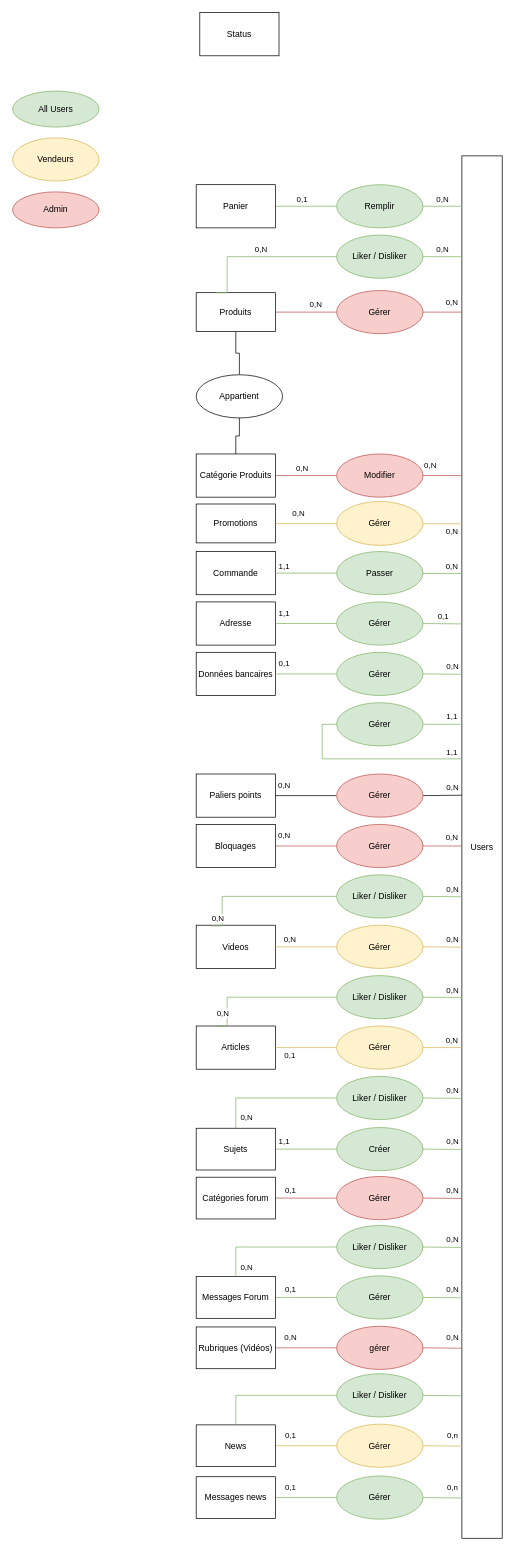
Above: page "MCD" (1 of 4) of BDD.drawio in Benji290402/TpPHP-SQL (draw.io), before the change. Source tidied: cells renumbered, new cells numbered last; positions are measured from the earlier drawing's top-left corner, leaving out a move shared by most shapes. Both pictures are drawn from the tidied source at 72%, with x=0, y=0 at pixel (12, 12).
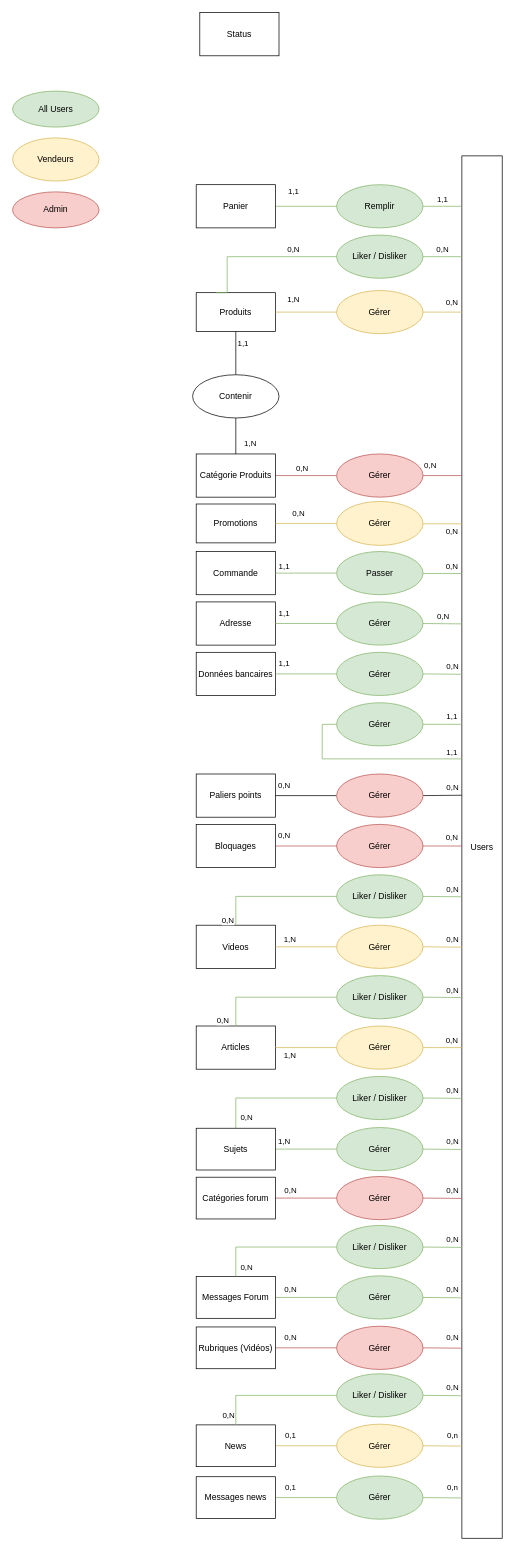
The same diagram, later.

Unchanged cells that the change refers to:
```xml
<mxCell id="2" value="Users" style="rounded=0;whiteSpace=wrap;html=1;glass=0;shadow=0;sketch=0;" parent="1" vertex="1">
  <mxGeometry x="624" y="199" width="56" height="1920" as="geometry" />
</mxCell>
<mxCell id="3" value="Produits" style="rounded=0;whiteSpace=wrap;html=1;" parent="1" vertex="1">
  <mxGeometry x="255" y="389" width="110" height="54" as="geometry" />
</mxCell>
<mxCell id="5" value="Panier" style="rounded=0;whiteSpace=wrap;html=1;" parent="1" vertex="1">
  <mxGeometry x="255" y="239" width="110" height="60" as="geometry" />
</mxCell>
<mxCell id="7" value="Remplir" style="ellipse;whiteSpace=wrap;html=1;fillColor=#d5e8d4;strokeColor=#82b366;" parent="1" vertex="1">
  <mxGeometry x="450" y="239" width="120" height="60" as="geometry" />
</mxCell>
<mxCell id="9" value="Catégorie Produits" style="rounded=0;whiteSpace=wrap;html=1;" parent="1" vertex="1">
  <mxGeometry x="255" y="613" width="110" height="60" as="geometry" />
</mxCell>
<mxCell id="33" value="Gérer" style="ellipse;whiteSpace=wrap;html=1;fillColor=#d5e8d4;strokeColor=#82b366;" parent="1" vertex="1">
  <mxGeometry x="450" y="818.5" width="120" height="60" as="geometry" />
</mxCell>
<mxCell id="34" value="Données bancaires" style="rounded=0;whiteSpace=wrap;html=1;" parent="1" vertex="1">
  <mxGeometry x="255" y="888.5" width="110" height="60" as="geometry" />
</mxCell>
<mxCell id="37" value="Gérer" style="ellipse;whiteSpace=wrap;html=1;fillColor=#d5e8d4;strokeColor=#82b366;" parent="1" vertex="1">
  <mxGeometry x="450" y="888.5" width="120" height="60" as="geometry" />
</mxCell>
<mxCell id="53" value="Videos" style="rounded=0;whiteSpace=wrap;html=1;" parent="1" vertex="1">
  <mxGeometry x="255" y="1267.5" width="110" height="60" as="geometry" />
</mxCell>
<mxCell id="56" value="Gérer" style="ellipse;whiteSpace=wrap;html=1;fillColor=#fff2cc;strokeColor=#d6b656;" parent="1" vertex="1">
  <mxGeometry x="450" y="1267.5" width="120" height="60" as="geometry" />
</mxCell>
<mxCell id="57" value="Articles" style="rounded=0;whiteSpace=wrap;html=1;" parent="1" vertex="1">
  <mxGeometry x="255" y="1407.5" width="110" height="60" as="geometry" />
</mxCell>
<mxCell id="60" value="Gérer" style="ellipse;whiteSpace=wrap;html=1;fillColor=#fff2cc;strokeColor=#d6b656;" parent="1" vertex="1">
  <mxGeometry x="450" y="1407.5" width="120" height="60" as="geometry" />
</mxCell>
<mxCell id="65" value="Sujets" style="rounded=0;whiteSpace=wrap;html=1;" parent="1" vertex="1">
  <mxGeometry x="255" y="1549.5" width="110" height="58" as="geometry" />
</mxCell>
<mxCell id="69" value="Catégories forum" style="rounded=0;whiteSpace=wrap;html=1;" parent="1" vertex="1">
  <mxGeometry x="255" y="1617.5" width="110" height="58" as="geometry" />
</mxCell>
<mxCell id="71" value="Gérer" style="ellipse;whiteSpace=wrap;html=1;fillColor=#f8cecc;strokeColor=#b85450;" parent="1" vertex="1">
  <mxGeometry x="450" y="1616.5" width="120" height="60" as="geometry" />
</mxCell>
<mxCell id="73" value="Messages Forum" style="rounded=0;whiteSpace=wrap;html=1;" parent="1" vertex="1">
  <mxGeometry x="255" y="1755.5" width="110" height="58" as="geometry" />
</mxCell>
<mxCell id="78" value="Gérer" style="ellipse;whiteSpace=wrap;html=1;fillColor=#d5e8d4;strokeColor=#82b366;" parent="1" vertex="1">
  <mxGeometry x="450" y="1754.5" width="120" height="60" as="geometry" />
</mxCell>
<mxCell id="84" value="News" style="rounded=0;whiteSpace=wrap;html=1;" parent="1" vertex="1">
  <mxGeometry x="255" y="1961.5" width="110" height="58" as="geometry" />
</mxCell>
<mxCell id="93" value="Liker / Disliker" style="ellipse;whiteSpace=wrap;html=1;fillColor=#d5e8d4;strokeColor=#82b366;" parent="1" vertex="1">
  <mxGeometry x="450" y="309" width="120" height="60" as="geometry" />
</mxCell>
<mxCell id="96" value="Liker / Disliker" style="ellipse;whiteSpace=wrap;html=1;fillColor=#d5e8d4;strokeColor=#82b366;" parent="1" vertex="1">
  <mxGeometry x="450" y="1197.5" width="120" height="60" as="geometry" />
</mxCell>
<mxCell id="99" value="Liker / Disliker" style="ellipse;whiteSpace=wrap;html=1;fillColor=#d5e8d4;strokeColor=#82b366;" parent="1" vertex="1">
  <mxGeometry x="450" y="1337.5" width="120" height="60" as="geometry" />
</mxCell>
<mxCell id="102" value="Liker / Disliker" style="ellipse;whiteSpace=wrap;html=1;fillColor=#d5e8d4;strokeColor=#82b366;" parent="1" vertex="1">
  <mxGeometry x="450" y="1890.5" width="120" height="60" as="geometry" />
</mxCell>
```

Diff of the diagram source:
```diff
@@
-    <mxCell id="4" value="0,1" style="edgeStyle=orthogonalEdgeStyle;rounded=0;jettySize=auto;html=1;exitX=1;exitY=0.5;exitDx=0;exitDy=0;entryX=0;entryY=0.5;entryDx=0;entryDy=0;endArrow=none;endFill=0;fillColor=#d5e8d4;strokeColor=#82b366;" parent="1" edge="1" source="5" target="7">
-      <mxGeometry x="-0.14" y="10" relative="1" as="geometry" />
+    <mxCell id="4" value="1,1" style="edgeStyle=orthogonalEdgeStyle;rounded=0;jettySize=auto;html=1;exitX=1;exitY=0.5;exitDx=0;exitDy=0;entryX=0;entryY=0.5;entryDx=0;entryDy=0;endArrow=none;endFill=0;fillColor=#d5e8d4;strokeColor=#82b366;" parent="1" edge="1" source="5" target="7">
+      <mxGeometry x="-0.41" y="20" relative="1" as="geometry" />
     </mxCell>
@@
-    <mxCell id="6" value="0,N" style="edgeStyle=elbowEdgeStyle;rounded=0;jettySize=auto;elbow=vertical;html=1;exitX=1;exitY=0.5;exitDx=0;exitDy=0;endArrow=none;endFill=0;fillColor=#d5e8d4;strokeColor=#82b366;" parent="1" edge="1" source="7" target="2">
+    <mxCell id="6" value="1,1" style="edgeStyle=elbowEdgeStyle;rounded=0;jettySize=auto;elbow=vertical;html=1;exitX=1;exitY=0.5;exitDx=0;exitDy=0;endArrow=none;endFill=0;fillColor=#d5e8d4;strokeColor=#82b366;" parent="1" edge="1" source="7" target="2">
       <mxGeometry y="10" relative="1" as="geometry" />
     </mxCell>
@@
-    <mxCell id="10" style="edgeStyle=orthogonalEdgeStyle;rounded=0;jettySize=auto;html=1;endArrow=none;endFill=0;" parent="1" edge="1" source="12" target="3">
-      <mxGeometry relative="1" as="geometry" />
+    <mxCell id="10" value="1,1" style="edgeStyle=orthogonalEdgeStyle;rounded=0;jettySize=auto;html=1;endArrow=none;endFill=0;" parent="1" edge="1" source="12" target="3">
+      <mxGeometry x="0.47" y="-10" relative="1" as="geometry" />
     </mxCell>
-    <mxCell id="11" style="edgeStyle=orthogonalEdgeStyle;rounded=0;jettySize=auto;html=1;exitX=0.5;exitY=1;exitDx=0;exitDy=0;entryX=0.5;entryY=0;entryDx=0;entryDy=0;endArrow=none;endFill=0;" parent="1" edge="1" source="12" target="9">
-      <mxGeometry relative="1" as="geometry" />
+    <mxCell id="11" value="1,N" style="edgeStyle=orthogonalEdgeStyle;rounded=0;jettySize=auto;html=1;exitX=0.5;exitY=1;exitDx=0;exitDy=0;entryX=0.5;entryY=0;entryDx=0;entryDy=0;endArrow=none;endFill=0;" parent="1" edge="1" source="12" target="9">
+      <mxGeometry x="0.44" y="20" relative="1" as="geometry" />
     </mxCell>
-    <mxCell id="12" value="Appartient" style="ellipse;whiteSpace=wrap;html=1;" parent="1" vertex="1">
-      <mxGeometry x="255" y="503" width="120" height="60" as="geometry" />
+    <mxCell id="12" value="Contenir" style="ellipse;whiteSpace=wrap;html=1;" parent="1" vertex="1">
+      <mxGeometry x="250" y="503" width="120" height="60" as="geometry" />
     </mxCell>
-    <mxCell id="13" value="0,N" style="edgeStyle=orthogonalEdgeStyle;rounded=0;jettySize=auto;html=1;exitX=0;exitY=0.5;exitDx=0;exitDy=0;endArrow=none;endFill=0;fillColor=#f8cecc;strokeColor=#b85450;" parent="1" edge="1" source="16" target="3">
-      <mxGeometry x="-0.31" y="-10" relative="1" as="geometry" />
+    <mxCell id="13" value="1,N" style="edgeStyle=orthogonalEdgeStyle;rounded=0;jettySize=auto;html=1;exitX=0;exitY=0.5;exitDx=0;exitDy=0;endArrow=none;endFill=0;fillColor=#fff2cc;strokeColor=#d6b656;" parent="1" edge="1" source="16" target="3">
+      <mxGeometry x="0.41" y="-17" relative="1" as="geometry" />
     </mxCell>
@@
-    <mxCell id="15" value="0,N" style="edgeStyle=elbowEdgeStyle;rounded=0;jettySize=auto;html=1;elbow=vertical;endArrow=none;endFill=0;fillColor=#f8cecc;strokeColor=#b85450;" parent="1" edge="1" source="16">
+    <mxCell id="15" value="0,N" style="edgeStyle=elbowEdgeStyle;rounded=0;jettySize=auto;html=1;elbow=vertical;endArrow=none;endFill=0;fillColor=#fff2cc;strokeColor=#d6b656;" parent="1" edge="1" source="16">
       <mxGeometry x="0.48" y="14" relative="1" as="geometry">
         <mxPoint x="624" y="415.5" as="targetPoint" />
       </mxGeometry>
     </mxCell>
-    <mxCell id="16" value="Gérer" style="ellipse;whiteSpace=wrap;html=1;fillColor=#f8cecc;strokeColor=#b85450;" parent="1" vertex="1">
+    <mxCell id="16" value="Gérer" style="ellipse;whiteSpace=wrap;html=1;fillColor=#fff2cc;strokeColor=#d6b656;" parent="1" vertex="1">
       <mxGeometry x="450" y="386" width="120" height="60" as="geometry" />
     </mxCell>
@@
-    <mxCell id="24" value="Modifier" style="ellipse;whiteSpace=wrap;html=1;fillColor=#f8cecc;strokeColor=#b85450;" parent="1" vertex="1">
+    <mxCell id="24" value="Gérer" style="ellipse;whiteSpace=wrap;html=1;fillColor=#f8cecc;strokeColor=#b85450;" parent="1" vertex="1">
       <mxGeometry x="450" y="613" width="120" height="60" as="geometry" />
     </mxCell>
@@
-    <mxCell id="32" value="0,1" style="edgeStyle=elbowEdgeStyle;rounded=0;jettySize=auto;html=1;exitX=1;exitY=0.5;exitDx=0;exitDy=0;endArrow=none;endFill=0;elbow=vertical;fillColor=#d5e8d4;strokeColor=#82b366;" parent="1" edge="1" source="33">
+    <mxCell id="32" value="0,N" style="edgeStyle=elbowEdgeStyle;rounded=0;jettySize=auto;html=1;exitX=1;exitY=0.5;exitDx=0;exitDy=0;endArrow=none;endFill=0;elbow=vertical;fillColor=#d5e8d4;strokeColor=#82b366;" parent="1" edge="1" source="33">
       <mxGeometry y="10" relative="1" as="geometry">
         <mxPoint x="624" y="848.5" as="targetPoint" />
       </mxGeometry>
     </mxCell>
@@
-    <mxCell id="35" value="0,1" style="edgeStyle=orthogonalEdgeStyle;rounded=0;jettySize=auto;html=1;exitX=0;exitY=0.5;exitDx=0;exitDy=0;endArrow=none;endFill=0;fillColor=#d5e8d4;strokeColor=#82b366;" parent="1" edge="1" source="37" target="34">
+    <mxCell id="35" value="1,1" style="edgeStyle=orthogonalEdgeStyle;rounded=0;jettySize=auto;html=1;exitX=0;exitY=0.5;exitDx=0;exitDy=0;endArrow=none;endFill=0;fillColor=#d5e8d4;strokeColor=#82b366;" parent="1" edge="1" source="37" target="34">
       <mxGeometry x="0.72" y="-15" relative="1" as="geometry" />
     </mxCell>
@@
-    <mxCell id="54" value="0,N" style="edgeStyle=orthogonalEdgeStyle;rounded=0;jettySize=auto;html=1;exitX=0;exitY=0.5;exitDx=0;exitDy=0;endArrow=none;endFill=0;fillColor=#fff2cc;strokeColor=#d6b656;" parent="1" edge="1" source="56" target="53">
+    <mxCell id="54" value="1,N" style="edgeStyle=orthogonalEdgeStyle;rounded=0;jettySize=auto;html=1;exitX=0;exitY=0.5;exitDx=0;exitDy=0;endArrow=none;endFill=0;fillColor=#fff2cc;strokeColor=#d6b656;" parent="1" edge="1" source="56" target="53">
       <mxGeometry x="0.52" y="-10" relative="1" as="geometry" />
     </mxCell>
@@
-    <mxCell id="58" value="0,1" style="edgeStyle=orthogonalEdgeStyle;rounded=0;jettySize=auto;html=1;exitX=0;exitY=0.5;exitDx=0;exitDy=0;endArrow=none;endFill=0;fillColor=#fff2cc;strokeColor=#d6b656;" parent="1" edge="1" source="60" target="57">
+    <mxCell id="58" value="1,N" style="edgeStyle=orthogonalEdgeStyle;rounded=0;jettySize=auto;html=1;exitX=0;exitY=0.5;exitDx=0;exitDy=0;endArrow=none;endFill=0;fillColor=#fff2cc;strokeColor=#d6b656;" parent="1" edge="1" source="60" target="57">
       <mxGeometry x="0.52" y="10" relative="1" as="geometry" />
     </mxCell>
@@
-    <mxCell id="64" value="1,1" style="edgeStyle=orthogonalEdgeStyle;rounded=0;jettySize=auto;html=1;exitX=1;exitY=0.5;exitDx=0;exitDy=0;endArrow=none;endFill=0;fillColor=#d5e8d4;strokeColor=#82b366;" parent="1" edge="1" source="65" target="67">
+    <mxCell id="64" value="1,N" style="edgeStyle=orthogonalEdgeStyle;rounded=0;jettySize=auto;html=1;exitX=1;exitY=0.5;exitDx=0;exitDy=0;endArrow=none;endFill=0;fillColor=#d5e8d4;strokeColor=#82b366;" parent="1" edge="1" source="65" target="67">
       <mxGeometry x="-0.71" y="11" relative="1" as="geometry" />
     </mxCell>
@@
-    <mxCell id="67" value="Créer" style="ellipse;whiteSpace=wrap;html=1;fillColor=#d5e8d4;strokeColor=#82b366;" parent="1" vertex="1">
+    <mxCell id="67" value="Gérer" style="ellipse;whiteSpace=wrap;html=1;fillColor=#d5e8d4;strokeColor=#82b366;" parent="1" vertex="1">
       <mxGeometry x="450" y="1548.5" width="120" height="60" as="geometry" />
     </mxCell>
-    <mxCell id="68" value="0,1" style="edgeStyle=orthogonalEdgeStyle;rounded=0;jettySize=auto;html=1;exitX=1;exitY=0.5;exitDx=0;exitDy=0;entryX=0;entryY=0.5;entryDx=0;entryDy=0;endArrow=none;endFill=0;fillColor=#f8cecc;strokeColor=#b85450;" parent="1" edge="1" source="69" target="71">
+    <mxCell id="68" value="0,N" style="edgeStyle=orthogonalEdgeStyle;rounded=0;jettySize=auto;html=1;exitX=1;exitY=0.5;exitDx=0;exitDy=0;entryX=0;entryY=0.5;entryDx=0;entryDy=0;endArrow=none;endFill=0;fillColor=#f8cecc;strokeColor=#b85450;" parent="1" edge="1" source="69" target="71">
       <mxGeometry x="-0.5" y="11" relative="1" as="geometry" />
     </mxCell>
@@
-    <mxCell id="72" value="0,1" style="edgeStyle=orthogonalEdgeStyle;rounded=0;jettySize=auto;html=1;exitX=1;exitY=0.5;exitDx=0;exitDy=0;entryX=0;entryY=0.5;entryDx=0;entryDy=0;endArrow=none;endFill=0;fillColor=#d5e8d4;strokeColor=#82b366;" parent="1" edge="1" source="73" target="78">
+    <mxCell id="72" value="0,N" style="edgeStyle=orthogonalEdgeStyle;rounded=0;jettySize=auto;html=1;exitX=1;exitY=0.5;exitDx=0;exitDy=0;entryX=0;entryY=0.5;entryDx=0;entryDy=0;endArrow=none;endFill=0;fillColor=#d5e8d4;strokeColor=#82b366;" parent="1" edge="1" source="73" target="78">
       <mxGeometry x="-0.5" y="11" relative="1" as="geometry" />
     </mxCell>
@@
-    <mxCell id="82" value="gérer" style="ellipse;whiteSpace=wrap;html=1;fillColor=#f8cecc;strokeColor=#b85450;" parent="1" vertex="1">
+    <mxCell id="82" value="Gérer" style="ellipse;whiteSpace=wrap;html=1;fillColor=#f8cecc;strokeColor=#b85450;" parent="1" vertex="1">
       <mxGeometry x="450" y="1824.5" width="120" height="60" as="geometry" />
     </mxCell>
@@
     <mxCell id="92" value="0,N" style="edgeStyle=elbowEdgeStyle;rounded=0;jettySize=auto;html=1;exitX=0;exitY=0.5;exitDx=0;exitDy=0;entryX=0.25;entryY=0;entryDx=0;entryDy=0;endArrow=none;endFill=0;fillColor=#d5e8d4;strokeColor=#82b366;" parent="1" edge="1" source="93" target="3">
-      <mxGeometry x="-0.03" y="-10" relative="1" as="geometry">
+      <mxGeometry x="-0.45" y="-10" relative="1" as="geometry">
         <Array as="points">
           <mxPoint x="298" y="349" />
         </Array>
       </mxGeometry>
     </mxCell>
@@
-    <mxCell id="94" value="0,N" style="edgeStyle=elbowEdgeStyle;rounded=0;jettySize=auto;html=1;exitX=0;exitY=0.5;exitDx=0;exitDy=0;entryX=0.191;entryY=0.017;entryDx=0;entryDy=0;entryPerimeter=0;endArrow=none;endFill=0;fillColor=#d5e8d4;strokeColor=#82b366;" parent="1" edge="1" source="96" target="53">
+    <mxCell id="94" value="0,N" style="edgeStyle=elbowEdgeStyle;rounded=0;jettySize=auto;html=1;exitX=0;exitY=0.5;exitDx=0;exitDy=0;endArrow=none;endFill=0;fillColor=#d5e8d4;strokeColor=#82b366;" parent="1" edge="1" source="96" target="53">
       <mxGeometry x="0.92" y="-11" relative="1" as="geometry">
         <Array as="points">
+          <mxPoint x="310" y="1249" />
           <mxPoint x="291" y="1287.5" />
         </Array>
       </mxGeometry>
     </mxCell>
@@
-    <mxCell id="98" value="0,N" style="edgeStyle=elbowEdgeStyle;rounded=0;jettySize=auto;html=1;exitX=0;exitY=0.5;exitDx=0;exitDy=0;endArrow=none;endFill=0;entryX=0.25;entryY=0;entryDx=0;entryDy=0;fillColor=#d5e8d4;strokeColor=#82b366;" parent="1" edge="1" source="99" target="57">
+    <mxCell id="98" value="0,N" style="edgeStyle=elbowEdgeStyle;rounded=0;jettySize=auto;html=1;exitX=0;exitY=0.5;exitDx=0;exitDy=0;endArrow=none;endFill=0;fillColor=#d5e8d4;strokeColor=#82b366;" parent="1" edge="1" source="99" target="57">
       <mxGeometry x="0.91" y="-18" relative="1" as="geometry">
         <Array as="points">
-          <mxPoint x="298" y="1427.5" />
+          <mxPoint x="310" y="1389" />
         </Array>
       </mxGeometry>
     </mxCell>
@@
-    <mxCell id="100" style="edgeStyle=elbowEdgeStyle;rounded=0;jettySize=auto;html=1;exitX=0;exitY=0.5;exitDx=0;exitDy=0;endArrow=none;endFill=0;fillColor=#d5e8d4;strokeColor=#82b366;" parent="1" edge="1" source="102" target="84">
-      <mxGeometry relative="1" as="geometry">
+    <mxCell id="100" value="0,N" style="edgeStyle=elbowEdgeStyle;rounded=0;jettySize=auto;html=1;exitX=0;exitY=0.5;exitDx=0;exitDy=0;endArrow=none;endFill=0;fillColor=#d5e8d4;strokeColor=#82b366;" parent="1" edge="1" source="102" target="84">
+      <mxGeometry x="0.86" y="-10" relative="1" as="geometry">
         <Array as="points">
           <mxPoint x="310" y="1940.5" />
         </Array>
       </mxGeometry>
     </mxCell>
-    <mxCell id="101" style="edgeStyle=elbowEdgeStyle;rounded=0;jettySize=auto;elbow=vertical;html=1;exitX=1;exitY=0.5;exitDx=0;exitDy=0;endArrow=none;endFill=0;fillColor=#d5e8d4;strokeColor=#82b366;" parent="1" edge="1" source="102">
-      <mxGeometry relative="1" as="geometry">
+    <mxCell id="101" value="0,N" style="edgeStyle=elbowEdgeStyle;rounded=0;jettySize=auto;elbow=vertical;html=1;exitX=1;exitY=0.5;exitDx=0;exitDy=0;endArrow=none;endFill=0;fillColor=#d5e8d4;strokeColor=#82b366;" parent="1" edge="1" source="102">
+      <mxGeometry x="0.47" y="12" relative="1" as="geometry">
         <mxPoint x="624" y="1920.5" as="targetPoint" />
+        <mxPoint x="1" as="offset" />
       </mxGeometry>
     </mxCell>
```
